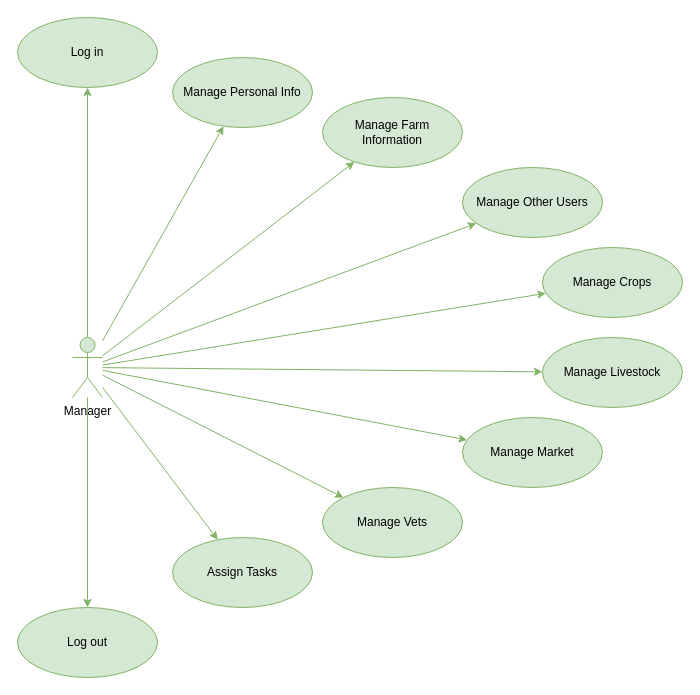
Before: Diagrams/Drafts/Use Case Diagrams/Economist.drawio in eseferi18/Farming_Management_System, a draw.io diagram. Source tidied: cells renumbered, new cells numbered last; positions are measured from the earlier drawing's top-left corner, leaving out a move shared by most shapes. Both pictures are drawn from the tidied source at 100%, with x=0, y=0 at pixel (17, 17).
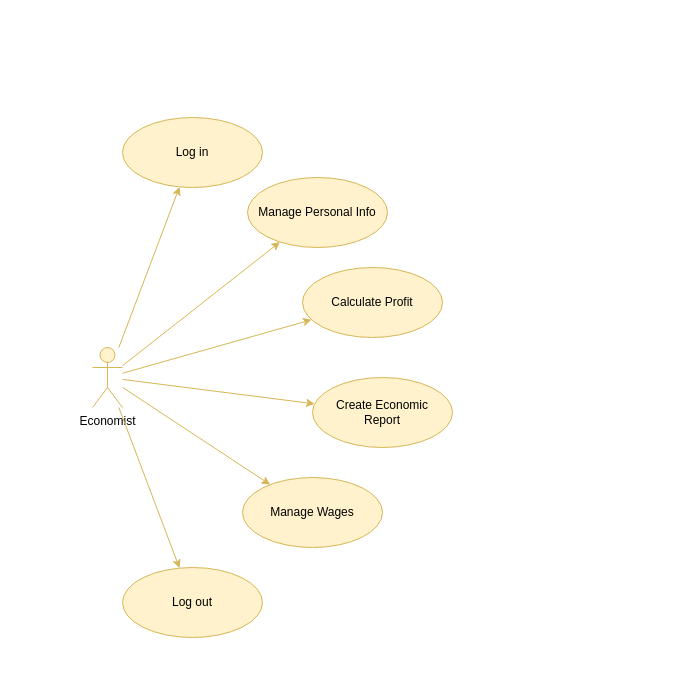
Above is the later version.

Commit message (it also covers changes not shown here):
added full and final use case diagram

What changed in the source:
```diff
@@
-    <mxCell id="0" />
-    <mxCell id="1" parent="0" />
-    <mxCell id="2" value="Manager" style="shape=umlActor;verticalLabelPosition=bottom;verticalAlign=top;html=1;outlineConnect=0;fillColor=#d5e8d4;strokeColor=#82b366;" parent="1" vertex="1">
-      <mxGeometry x="55" y="320" width="30" height="60" as="geometry" />
-    </mxCell>
+    <mxCell id="23" />
+    <mxCell id="24" parent="23" />
+    <mxCell id="25" value="Economist" style="shape=umlActor;verticalLabelPosition=bottom;verticalAlign=top;html=1;fillColor=#fff2cc;strokeColor=#d6b656;" parent="24" vertex="1">
+      <mxGeometry x="75" y="330" width="30" height="60" as="geometry" />
+    </mxCell>
-    <mxCell id="3" value="Log in" style="ellipse;whiteSpace=wrap;html=1;fillColor=#d5e8d4;strokeColor=#82b366;" parent="1" vertex="1">
-      <mxGeometry width="140" height="70" as="geometry" />
+    <mxCell id="3" value="Log in" style="ellipse;whiteSpace=wrap;html=1;fillColor=#fff2cc;strokeColor=#d6b656;" parent="24" vertex="1">
+      <mxGeometry x="105" y="100" width="140" height="70" as="geometry" />
     </mxCell>
-    <mxCell id="4" style="endArrow=classic;html=1;fillColor=#d5e8d4;strokeColor=#82b366;" parent="1" edge="1" source="2" target="3">
-      <mxGeometry relative="1" as="geometry" />
-    </mxCell>
-    <mxCell id="5" style="endArrow=classic;html=1;fillColor=#d5e8d4;strokeColor=#82b366;" parent="1" edge="1" source="2" target="15">
-      <mxGeometry relative="1" as="geometry" />
-    </mxCell>
-    <mxCell id="6" style="endArrow=classic;html=1;fillColor=#d5e8d4;strokeColor=#82b366;" parent="1" edge="1" source="2" target="14">
-      <mxGeometry relative="1" as="geometry" />
-    </mxCell>
-    <mxCell id="7" style="endArrow=classic;html=1;fillColor=#d5e8d4;strokeColor=#82b366;" parent="1" edge="1" source="2" target="16">
-      <mxGeometry relative="1" as="geometry" />
-    </mxCell>
-    <mxCell id="8" style="endArrow=classic;html=1;fillColor=#d5e8d4;strokeColor=#82b366;" parent="1" edge="1" source="2" target="17">
-      <mxGeometry relative="1" as="geometry" />
-    </mxCell>
-    <mxCell id="9" style="endArrow=classic;html=1;fillColor=#d5e8d4;strokeColor=#82b366;" parent="1" edge="1" source="2" target="18">
-      <mxGeometry relative="1" as="geometry" />
-    </mxCell>
-    <mxCell id="10" style="endArrow=classic;html=1;fillColor=#d5e8d4;strokeColor=#82b366;" parent="1" edge="1" source="2" target="19">
-      <mxGeometry relative="1" as="geometry" />
-    </mxCell>
-    <mxCell id="11" style="endArrow=classic;html=1;fillColor=#d5e8d4;strokeColor=#82b366;" parent="1" edge="1" source="2" target="20">
-      <mxGeometry relative="1" as="geometry" />
-    </mxCell>
-    <mxCell id="12" style="endArrow=classic;html=1;fillColor=#d5e8d4;strokeColor=#82b366;" parent="1" edge="1" source="2" target="21">
-      <mxGeometry relative="1" as="geometry" />
-    </mxCell>
-    <mxCell id="13" style="endArrow=classic;html=1;fillColor=#d5e8d4;strokeColor=#82b366;" parent="1" edge="1" source="2" target="22">
-      <mxGeometry relative="1" as="geometry" />
-    </mxCell>
+    <mxCell id="26" style="endArrow=classic;html=1;fillColor=#fff2cc;strokeColor=#d6b656;" parent="24" edge="1" source="25" target="3">
+      <mxGeometry relative="1" as="geometry" />
+    </mxCell>
-    <mxCell id="14" value="Log out" style="ellipse;whiteSpace=wrap;html=1;fillColor=#d5e8d4;strokeColor=#82b366;" parent="1" vertex="1">
-      <mxGeometry y="590" width="140" height="70" as="geometry" />
+    <mxCell id="14" value="Log out" style="ellipse;whiteSpace=wrap;html=1;fillColor=#fff2cc;strokeColor=#d6b656;" parent="24" vertex="1">
+      <mxGeometry x="105" y="550" width="140" height="70" as="geometry" />
     </mxCell>
+    <mxCell id="27" style="endArrow=classic;html=1;fillColor=#fff2cc;strokeColor=#d6b656;" parent="24" edge="1" source="25" target="14">
+      <mxGeometry relative="1" as="geometry" />
+    </mxCell>
+    <mxCell id="28" style="endArrow=classic;html=1;fillColor=#fff2cc;strokeColor=#d6b656;" parent="24" edge="1" source="25" target="15">
+      <mxGeometry relative="1" as="geometry" />
+    </mxCell>
-    <mxCell id="15" value="Manage Personal Info" style="ellipse;whiteSpace=wrap;html=1;fillColor=#d5e8d4;strokeColor=#82b366;" parent="1" vertex="1">
-      <mxGeometry x="155" y="40" width="140" height="70" as="geometry" />
+    <mxCell id="15" value="Manage Personal Info" style="ellipse;whiteSpace=wrap;html=1;fillColor=#fff2cc;strokeColor=#d6b656;" parent="24" vertex="1">
+      <mxGeometry x="230" y="160" width="140" height="70" as="geometry" />
     </mxCell>
-    <mxCell id="16" value="Manage Farm Information" style="ellipse;whiteSpace=wrap;html=1;fillColor=#d5e8d4;strokeColor=#82b366;" parent="1" vertex="1">
-      <mxGeometry x="305" y="80" width="140" height="70" as="geometry" />
-    </mxCell>
-    <mxCell id="17" value="Manage Other Users" style="ellipse;whiteSpace=wrap;html=1;fillColor=#d5e8d4;strokeColor=#82b366;" parent="1" vertex="1">
-      <mxGeometry x="445" y="150" width="140" height="70" as="geometry" />
-    </mxCell>
-    <mxCell id="18" value="Manage Crops" style="ellipse;whiteSpace=wrap;html=1;fillColor=#d5e8d4;strokeColor=#82b366;" parent="1" vertex="1">
-      <mxGeometry x="525" y="230" width="140" height="70" as="geometry" />
-    </mxCell>
-    <mxCell id="19" value="Manage Livestock" style="ellipse;whiteSpace=wrap;html=1;fillColor=#d5e8d4;strokeColor=#82b366;" parent="1" vertex="1">
-      <mxGeometry x="525" y="320" width="140" height="70" as="geometry" />
-    </mxCell>
-    <mxCell id="20" value="Manage Market" style="ellipse;whiteSpace=wrap;html=1;fillColor=#d5e8d4;strokeColor=#82b366;" parent="1" vertex="1">
-      <mxGeometry x="445" y="400" width="140" height="70" as="geometry" />
-    </mxCell>
-    <mxCell id="21" value="Manage Vets" style="ellipse;whiteSpace=wrap;html=1;fillColor=#d5e8d4;strokeColor=#82b366;" parent="1" vertex="1">
-      <mxGeometry x="305" y="470" width="140" height="70" as="geometry" />
-    </mxCell>
-    <mxCell id="22" value="Assign Tasks" style="ellipse;whiteSpace=wrap;html=1;fillColor=#d5e8d4;strokeColor=#82b366;" parent="1" vertex="1">
-      <mxGeometry x="155" y="520" width="140" height="70" as="geometry" />
-    </mxCell>
+    <mxCell id="29" style="endArrow=classic;html=1;fillColor=#fff2cc;strokeColor=#d6b656;" parent="24" edge="1" source="25" target="30">
+      <mxGeometry relative="1" as="geometry" />
+    </mxCell>
+    <mxCell id="30" value="Create Economic &lt;br&gt;Report" style="ellipse;whiteSpace=wrap;html=1;fillColor=#fff2cc;strokeColor=#d6b656;" parent="24" vertex="1">
+      <mxGeometry x="295" y="360" width="140" height="70" as="geometry" />
+    </mxCell>
+    <mxCell id="31" style="endArrow=classic;html=1;fillColor=#fff2cc;strokeColor=#d6b656;" parent="24" edge="1" source="25" target="34">
+      <mxGeometry relative="1" as="geometry" />
+    </mxCell>
+    <mxCell id="32" value="Manage Wages" style="ellipse;whiteSpace=wrap;html=1;fillColor=#fff2cc;strokeColor=#d6b656;" parent="24" vertex="1">
+      <mxGeometry x="225" y="460" width="140" height="70" as="geometry" />
+    </mxCell>
+    <mxCell id="33" style="endArrow=classic;html=1;fillColor=#fff2cc;strokeColor=#d6b656;" parent="24" edge="1" source="25" target="32">
+      <mxGeometry relative="1" as="geometry" />
+    </mxCell>
+    <mxCell id="34" value="Calculate Profit" style="ellipse;whiteSpace=wrap;html=1;fillColor=#fff2cc;strokeColor=#d6b656;" parent="24" vertex="1">
+      <mxGeometry x="285" y="250" width="140" height="70" as="geometry" />
+    </mxCell>
```
